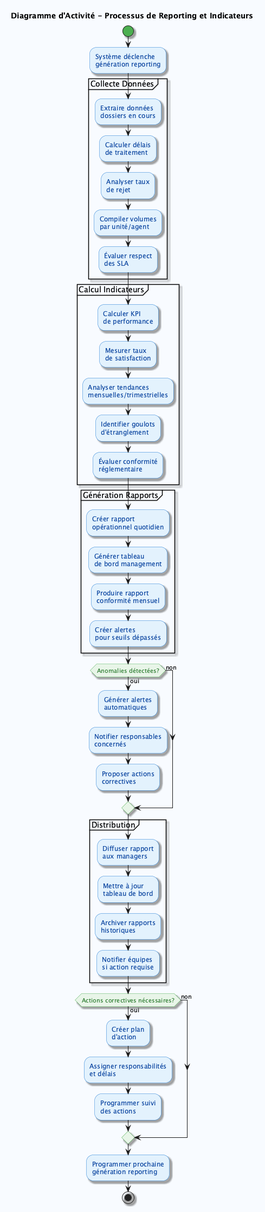
The PlantUML diagram SYSTEME-OUVERTURE-COMPTE/DIAGRAMMES-ACTIVITE/ProcessusReporting.png in caranvalis/diagramePlantUml, before a commit. The source it was exported from:
```plantuml
@startuml ProcessusReporting
skinparam backgroundColor #F8FBFF
skinparam activity {
    BackgroundColor #E3F2FD
    BorderColor #1976D2
    FontColor #0D47A1
    DiamondBackgroundColor #E8F5E8
    DiamondBorderColor #4CAF50
    DiamondFontColor #2E7D32
    StartColor #4CAF50
    EndColor #F44336
}
skinparam shadowing true

title Diagramme d'Activité - Processus de Reporting et Indicateurs

start

:Système déclenche
génération reporting;

partition "Collecte Données" {
    :Extraire données
    dossiers en cours;

    :Calculer délais
    de traitement;

    :Analyser taux
    de rejet;

    :Compiler volumes
    par unité/agent;

    :Évaluer respect
    des SLA;
}

partition "Calcul Indicateurs" {
    :Calculer KPI
    de performance;

    :Mesurer taux
    de satisfaction;

    :Analyser tendances
    mensuelles/trimestrielles;

    :Identifier goulots
    d'étranglement;

    :Évaluer conformité
    réglementaire;
}

partition "Génération Rapports" {
    :Créer rapport
    opérationnel quotidien;

    :Générer tableau
    de bord management;

    :Produire rapport
    conformité mensuel;

    :Créer alertes
    pour seuils dépassés;
}

if (Anomalies détectées?) then (oui)
    :Générer alertes
    automatiques;

    :Notifier responsables
    concernés;

    :Proposer actions
    correctives;
else (non)
endif

partition "Distribution" {
    :Diffuser rapport
    aux managers;

    :Mettre à jour
    tableau de bord;

    :Archiver rapports
    historiques;

    :Notifier équipes
    si action requise;
}

if (Actions correctives nécessaires?) then (oui)
    :Créer plan
    d'action;

    :Assigner responsabilités
    et délais;

    :Programmer suivi
    des actions;
else (non)
endif

:Programmer prochaine
génération reporting;

stop

@enduml
```
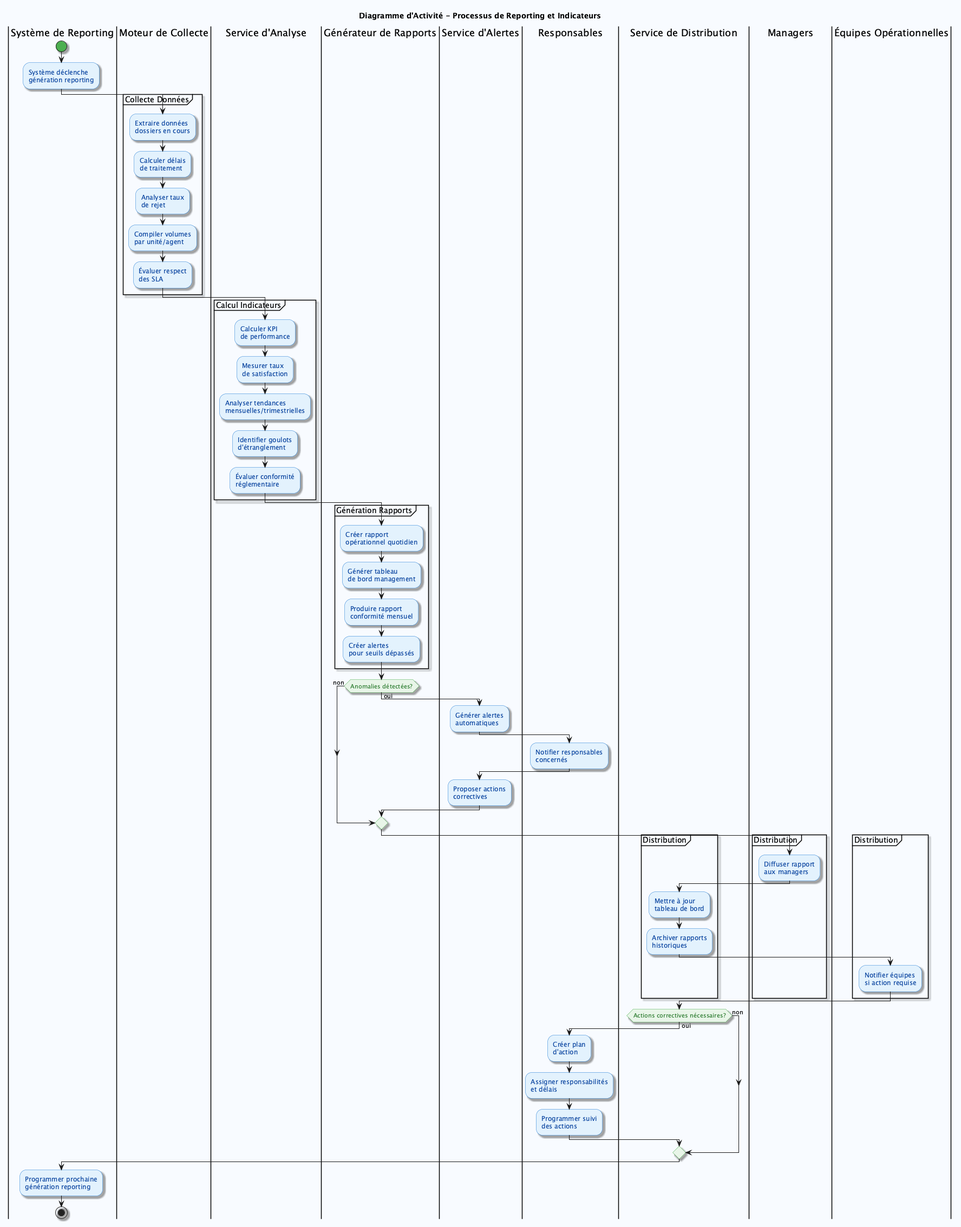
Later version of the same file.

Diff of the diagram source:
```diff
@@ -10,15 +10,21 @@
     StartColor #4CAF50
     EndColor #F44336
 }
+skinparam actor {
+    BackgroundColor #FF7043
+    BorderColor #D84315
+    FontColor #FFFFFF
+}
 skinparam shadowing true
 
 title Diagramme d'Activité - Processus de Reporting et Indicateurs
 
+|Système de Reporting|
 start
-
 :Système déclenche
 génération reporting;
 
+|Moteur de Collecte|
 partition "Collecte Données" {
     :Extraire données
     dossiers en cours;
@@ -36,6 +42,7 @@
     des SLA;
 }
 
+|Service d'Analyse|
 partition "Calcul Indicateurs" {
     :Calculer KPI
     de performance;
@@ -53,6 +60,7 @@
     réglementaire;
 }
 
+|Générateur de Rapports|
 partition "Génération Rapports" {
     :Créer rapport
     opérationnel quotidien;
@@ -68,20 +76,27 @@
 }
 
 if (Anomalies détectées?) then (oui)
+    |Service d'Alertes|
     :Générer alertes
     automatiques;
 
+    |Responsables|
     :Notifier responsables
     concernés;
 
+    |Service d'Alertes|
     :Proposer actions
     correctives;
+    |Générateur de Rapports|
 else (non)
 endif
 
+|Service de Distribution|
 partition "Distribution" {
+    |Managers|
     :Diffuser rapport
     aux managers;
+    |Service de Distribution|
 
     :Mettre à jour
     tableau de bord;
@@ -89,11 +104,14 @@
     :Archiver rapports
     historiques;
 
+    |Équipes Opérationnelles|
     :Notifier équipes
     si action requise;
+    |Service de Distribution|
 }
 
 if (Actions correctives nécessaires?) then (oui)
+    |Responsables|
     :Créer plan
     d'action;
 
@@ -102,9 +120,11 @@
 
     :Programmer suivi
     des actions;
+    |Service de Distribution|
 else (non)
 endif
 
+|Système de Reporting|
 :Programmer prochaine
 génération reporting;
 
```
